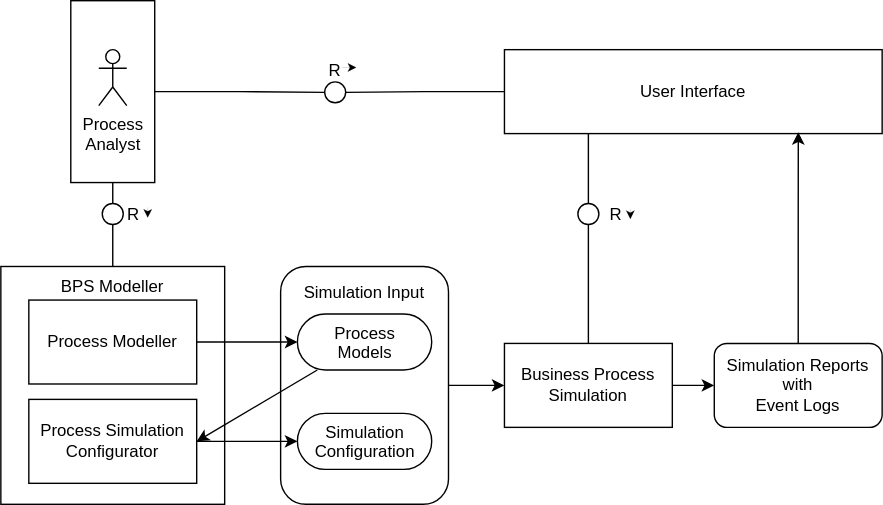
Above: simulation_component.svg in fyndalf/master-thesis (draw.io), before the change. Source tidied: cells renumbered, new cells last; positions are measured from the earlier drawing's top-left corner, leaving out a move shared by most shapes.
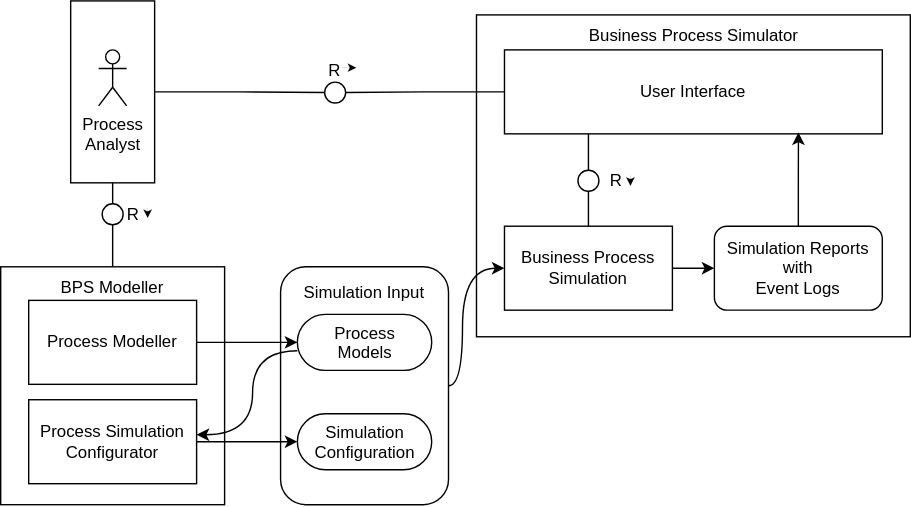
Above is the later version.

Diff of the diagram source:
```diff
@@ -2,6 +2,9 @@
   <root>
     <mxCell id="0" />
     <mxCell id="1" parent="0" />
+    <mxCell id="36" style="rounded=0;whiteSpace=wrap;html=1;" parent="1" vertex="1">
+      <mxGeometry x="340" y="10" width="310" height="230" as="geometry" />
+    </mxCell>
     <mxCell id="2" style="rounded=0;whiteSpace=wrap;html=1;" parent="1" vertex="1">
       <mxGeometry y="190" width="160" height="170" as="geometry" />
     </mxCell>
@@ -32,14 +35,24 @@
     <mxCell id="11" value="&lt;div&gt;BPS Modeller&lt;/div&gt;" style="text;html=1;strokeColor=none;fillColor=none;align=center;verticalAlign=middle;whiteSpace=wrap;rounded=0;" parent="1" vertex="1">
       <mxGeometry x="20" y="190" width="120" height="30" as="geometry" />
     </mxCell>
-    <mxCell id="12" style="edgeStyle=none;rounded=0;jettySize=auto;html=1;entryX=0;entryY=0.5;entryDx=0;entryDy=0;startArrow=none;startFill=0;endArrow=classic;endFill=1;" parent="1" edge="1" source="13" target="20">
-      <mxGeometry relative="1" as="geometry" />
+    <mxCell id="12" style="edgeStyle=orthogonalEdgeStyle;rounded=0;jettySize=auto;html=1;entryX=0;entryY=0.5;entryDx=0;entryDy=0;startArrow=none;startFill=0;endArrow=classic;endFill=1;curved=1;" parent="1" edge="1" source="13" target="20">
+      <mxGeometry relative="1" as="geometry">
+        <Array as="points">
+          <mxPoint x="330" y="275" />
+          <mxPoint x="330" y="191" />
+        </Array>
+      </mxGeometry>
     </mxCell>
     <mxCell id="13" style="rounded=1;whiteSpace=wrap;html=1;" parent="1" vertex="1">
       <mxGeometry x="200" y="190" width="120" height="170" as="geometry" />
     </mxCell>
-    <mxCell id="14" style="rounded=0;jettySize=auto;html=1;entryX=1;entryY=0.5;entryDx=0;entryDy=0;endArrow=classic;endFill=1;startArrow=none;startFill=0;" parent="1" edge="1" source="16" target="10">
-      <mxGeometry relative="1" as="geometry" />
+    <mxCell id="14" style="rounded=0;jettySize=auto;html=1;endArrow=classic;endFill=1;startArrow=none;startFill=0;edgeStyle=orthogonalEdgeStyle;curved=1;" parent="1" edge="1" source="16" target="10">
+      <mxGeometry relative="1" as="geometry">
+        <Array as="points">
+          <mxPoint x="180" y="250" />
+          <mxPoint x="180" y="310" />
+        </Array>
+      </mxGeometry>
     </mxCell>
     <mxCell id="15" style="edgeStyle=none;rounded=0;jettySize=auto;html=1;entryX=1;entryY=0.5;entryDx=0;entryDy=0;endArrow=none;endFill=0;startArrow=classic;startFill=1;" parent="1" edge="1" source="16" target="9">
       <mxGeometry relative="1" as="geometry" />
@@ -57,13 +70,13 @@
       <mxGeometry relative="1" as="geometry" />
     </mxCell>
     <mxCell id="20" value="&lt;div&gt;Business Process Simulation&lt;/div&gt;" style="rounded=0;whiteSpace=wrap;html=1;" parent="1" vertex="1">
-      <mxGeometry x="360" y="245" width="120" height="60" as="geometry" />
+      <mxGeometry x="360" y="161" width="120" height="60" as="geometry" />
     </mxCell>
     <mxCell id="21" style="edgeStyle=orthogonalEdgeStyle;rounded=0;jettySize=auto;html=1;entryX=0.778;entryY=0.983;entryDx=0;entryDy=0;entryPerimeter=0;" parent="1" edge="1" source="22" target="8">
       <mxGeometry relative="1" as="geometry" />
     </mxCell>
     <mxCell id="22" value="Simulation Reports&lt;br&gt;with&lt;br&gt;&lt;div&gt;Event Logs&lt;/div&gt;" style="rounded=1;whiteSpace=wrap;html=1;" parent="1" vertex="1">
-      <mxGeometry x="510" y="245" width="120" height="60" as="geometry" />
+      <mxGeometry x="510" y="161" width="120" height="60" as="geometry" />
     </mxCell>
     <mxCell id="23" value="Simulation Input" style="text;html=1;strokeColor=none;fillColor=none;align=center;verticalAlign=middle;whiteSpace=wrap;rounded=0;" parent="1" vertex="1">
       <mxGeometry x="200" y="194" width="120" height="30" as="geometry" />
@@ -92,7 +105,7 @@
       </mxGeometry>
     </mxCell>
     <mxCell id="29" style="ellipse;whiteSpace=wrap;html=1;rounded=0;" parent="1" vertex="1">
-      <mxGeometry x="412.5" y="145" width="15" height="15" as="geometry" />
+      <mxGeometry x="412.5" y="121" width="15" height="15" as="geometry" />
     </mxCell>
     <mxCell id="30" style="edgeStyle=orthogonalEdgeStyle;rounded=0;jettySize=auto;html=1;endArrow=none;endFill=0;" parent="1" edge="1" source="31" target="11">
       <mxGeometry relative="1" as="geometry" />
@@ -104,7 +117,7 @@
       <mxGeometry x="65" y="137.5" width="60" height="30" as="geometry" />
     </mxCell>
     <mxCell id="33" value="R" style="text;html=1;strokeColor=none;fillColor=none;align=center;verticalAlign=middle;whiteSpace=wrap;rounded=0;" parent="1" vertex="1">
-      <mxGeometry x="410" y="137.5" width="60" height="30" as="geometry" />
+      <mxGeometry x="410" y="113.5" width="60" height="30" as="geometry" />
     </mxCell>
     <mxCell id="34" style="endArrow=classic;html=1;rounded=0;endFill=1;strokeWidth=0;dashed=1;" parent="1" edge="1">
       <mxGeometry relative="1" as="geometry">
@@ -114,9 +127,12 @@
     </mxCell>
     <mxCell id="35" style="endArrow=classic;html=1;rounded=0;endFill=1;strokeWidth=0;dashed=1;" parent="1" edge="1">
       <mxGeometry relative="1" as="geometry">
-        <mxPoint x="450" y="148.7" as="sourcePoint" />
-        <mxPoint x="450" y="156" as="targetPoint" />
+        <mxPoint x="450" y="124.7" as="sourcePoint" />
+        <mxPoint x="450" y="132" as="targetPoint" />
       </mxGeometry>
     </mxCell>
+    <mxCell id="37" value="Business Process Simulator" style="text;html=1;strokeColor=none;fillColor=none;align=center;verticalAlign=middle;whiteSpace=wrap;rounded=0;" parent="1" vertex="1">
+      <mxGeometry x="407.5" y="10" width="175" height="30" as="geometry" />
+    </mxCell>
   </root>
 </mxGraphModel>
```
